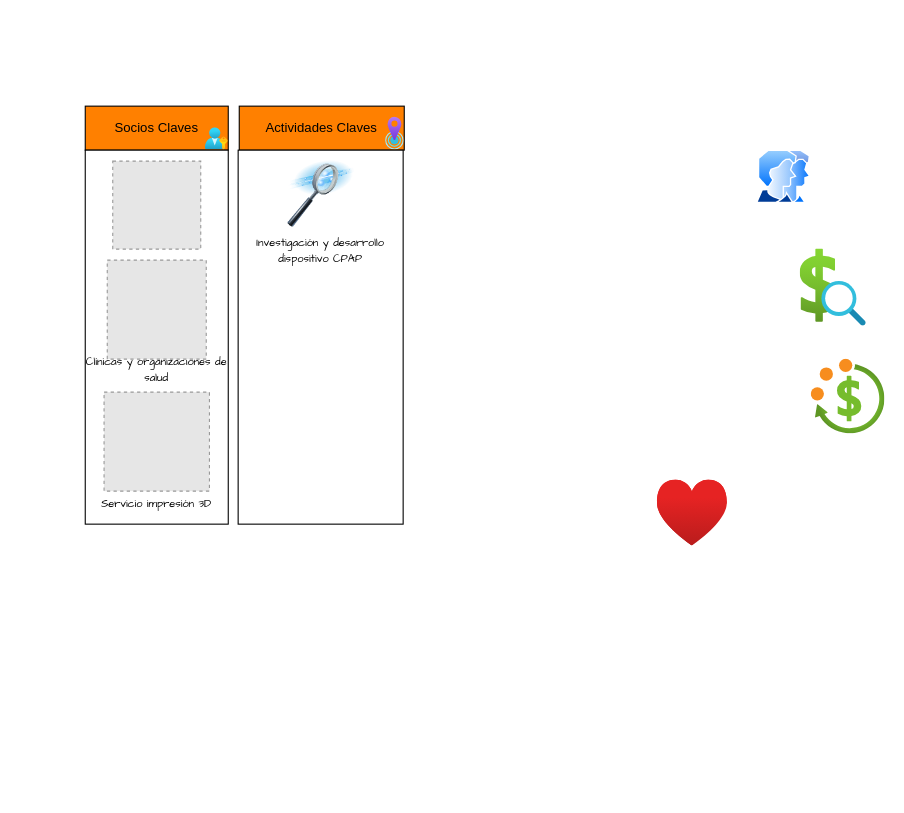
The draw.io diagram Diagrama sin título.drawio in Proximan/Diagrama-Comunicacion-P-M, before the edit. Source tidied: cells renumbered, new cells numbered last; positions are measured from the earlier drawing's top-left corner, leaving out a move shared by most shapes. Both pictures are drawn from the tidied source at 110%, with x=0, y=0 at pixel (85, 106). Pictures stored in the file or linked from it are replaced by grey dashed boxes.
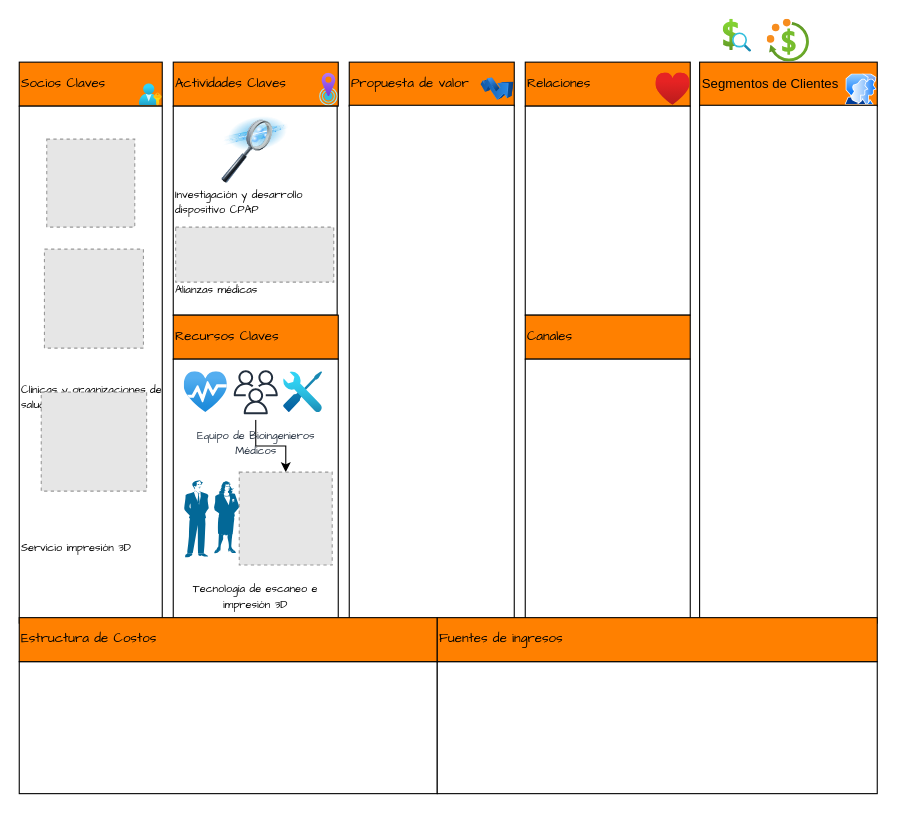
The same diagram, later.

Diff of the diagram source:
```diff
@@
+    <mxCell id="16" value="Propuesta de valor" style="rounded=0;whiteSpace=wrap;html=1;fillColor=#FF8000;strokeColor=#000000;fontFamily=Comic Sans MS;align=left;" parent="1" vertex="1">
+      <mxGeometry x="240" y="-40" width="150" height="40" as="geometry" />
+    </mxCell>
+    <mxCell id="17" value="Segmentos de Clientes" style="rounded=0;whiteSpace=wrap;html=1;fillColor=#FF8000;strokeColor=#000000;align=left;" parent="1" vertex="1">
+      <mxGeometry x="558.5" y="-40" width="161.5" height="40" as="geometry" />
+    </mxCell>
+    <mxCell id="18" value="Relaciones" style="rounded=0;whiteSpace=wrap;html=1;fillColor=#FF8000;strokeColor=#000000;fontFamily=Comic Sans MS;align=left;" parent="1" vertex="1">
+      <mxGeometry x="400" y="-40" width="150" height="40" as="geometry" />
+    </mxCell>
-    <mxCell id="2" value="Socios Claves" style="rounded=0;whiteSpace=wrap;html=1;fillColor=#FF8000;strokeColor=#000000;" parent="1" vertex="1">
-      <mxGeometry width="130" height="40" as="geometry" />
+    <mxCell id="2" value="Socios Claves" style="rounded=0;whiteSpace=wrap;html=1;fillColor=#FF8000;strokeColor=#000000;fontFamily=Comic Sans MS;align=left;" parent="1" vertex="1">
+      <mxGeometry x="-60" y="-40" width="130" height="40" as="geometry" />
     </mxCell>
-    <mxCell id="3" style="image;html=1;align=center;fontSize=12;image=img/lib/azure2/azure_stack/User_Subscriptions.svg;" parent="1" vertex="1">
-      <mxGeometry x="109.1" y="19.7" width="20.9" height="20.3" as="geometry" />
+    <mxCell id="3" style="image;html=1;align=left;fontSize=12;image=img/lib/azure2/azure_stack/User_Subscriptions.svg;fontFamily=Comic Sans MS;" parent="1" vertex="1">
+      <mxGeometry x="49.1" y="-20.3" width="20.9" height="20.3" as="geometry" />
     </mxCell>
-    <mxCell id="4" value="&lt;br&gt;&lt;font color=&quot;#000000&quot;&gt;&lt;br&gt;&lt;br&gt;&lt;br&gt;&lt;br&gt;&lt;br&gt;&lt;br&gt;&lt;br&gt;&lt;br&gt;&lt;br&gt;&lt;br&gt;&lt;br&gt;&lt;br&gt;&lt;br&gt;&lt;br&gt;&lt;br&gt;&lt;br&gt;&lt;br&gt;&lt;br&gt;&lt;br&gt;&lt;font style=&quot;font-size: 10px;&quot; face=&quot;Comic Sans MS&quot;&gt;Clínicas y organizaciones de salud&lt;br&gt;&lt;/font&gt;&lt;br&gt;&lt;br&gt;&lt;br&gt;&lt;br&gt;&lt;br&gt;&lt;br&gt;&lt;br&gt;&lt;font style=&quot;font-size: 10px;&quot; face=&quot;Comic Sans MS&quot;&gt;Servicio impresión 3D&lt;br&gt;&lt;/font&gt;&lt;br&gt;&lt;br&gt;&lt;br&gt;&lt;br&gt;&lt;br&gt;&lt;br&gt;&lt;br&gt;&lt;br&gt;&lt;/font&gt;" style="rounded=0;whiteSpace=wrap;html=1;fillColor=#FFFFFF;strokeColor=#000000;" parent="1" vertex="1">
-      <mxGeometry y="40" width="130" height="340" as="geometry" />
+    <mxCell id="4" value="&lt;br&gt;&lt;font color=&quot;#000000&quot;&gt;&lt;br&gt;&lt;br&gt;&lt;br&gt;&lt;br&gt;&lt;br&gt;&lt;br&gt;&lt;br&gt;&lt;br&gt;&lt;br&gt;&lt;br&gt;&lt;br&gt;&lt;br&gt;&lt;br&gt;&lt;br&gt;&lt;br&gt;&lt;br&gt;&lt;br&gt;&lt;br&gt;&lt;br&gt;&lt;br&gt;&lt;font style=&quot;font-size: 10px;&quot; face=&quot;Comic Sans MS&quot;&gt;Clínicas y organizaciones de salud&lt;br&gt;&lt;br&gt;&lt;/font&gt;&lt;br&gt;&lt;br&gt;&lt;br&gt;&lt;br&gt;&lt;br&gt;&lt;br&gt;&lt;br&gt;&lt;font style=&quot;font-size: 10px;&quot; face=&quot;Comic Sans MS&quot;&gt;Servicio impresión 3D&lt;br&gt;&lt;/font&gt;&lt;br&gt;&lt;br&gt;&lt;br&gt;&lt;br&gt;&lt;br&gt;&lt;br&gt;&lt;br&gt;&lt;br&gt;&lt;/font&gt;" style="rounded=0;whiteSpace=wrap;html=1;fillColor=#FFFFFF;strokeColor=#000000;align=left;" parent="1" vertex="1">
+      <mxGeometry x="-60" width="130" height="470" as="geometry" />
     </mxCell>
-    <mxCell id="5" style="fillColor=#E6E6E6;strokeColor=#999999;dashed=1;verticalLabelPosition=bottom;labelBackgroundColor=default;verticalAlign=top;" parent="1" vertex="1">
-      <mxGeometry x="25" y="50" width="80" height="80" as="geometry" />
+    <mxCell id="5" style="fillColor=#E6E6E6;strokeColor=#999999;dashed=1;verticalLabelPosition=bottom;labelBackgroundColor=default;verticalAlign=top;fontFamily=Comic Sans MS;align=left;" parent="1" vertex="1">
+      <mxGeometry x="-35" y="30" width="80" height="80" as="geometry" />
     </mxCell>
-    <mxCell id="6" style="fillColor=#E6E6E6;strokeColor=#999999;dashed=1;verticalLabelPosition=bottom;labelBackgroundColor=default;verticalAlign=top;" parent="1" vertex="1">
-      <mxGeometry x="20" y="140" width="90" height="90" as="geometry" />
+    <mxCell id="6" style="fillColor=#E6E6E6;strokeColor=#999999;dashed=1;verticalLabelPosition=bottom;labelBackgroundColor=default;verticalAlign=top;fontFamily=Comic Sans MS;align=left;" parent="1" vertex="1">
+      <mxGeometry x="-37.1" y="130" width="90" height="90" as="geometry" />
     </mxCell>
-    <mxCell id="7" style="fillColor=#E6E6E6;strokeColor=#999999;dashed=1;verticalLabelPosition=bottom;labelBackgroundColor=default;verticalAlign=top;" parent="1" vertex="1">
-      <mxGeometry x="17.1" y="260" width="95.8" height="90" as="geometry" />
+    <mxCell id="7" style="fillColor=#E6E6E6;strokeColor=#999999;dashed=1;verticalLabelPosition=bottom;labelBackgroundColor=default;verticalAlign=top;fontFamily=Comic Sans MS;align=left;" parent="1" vertex="1">
+      <mxGeometry x="-40" y="260" width="95.8" height="90" as="geometry" />
     </mxCell>
-    <mxCell id="8" value="Actividades Claves" style="rounded=0;whiteSpace=wrap;html=1;fillColor=#FF8000;strokeColor=#000000;" parent="1" vertex="1">
-      <mxGeometry x="140" width="150" height="40" as="geometry" />
+    <mxCell id="8" value="Actividades Claves" style="rounded=0;whiteSpace=wrap;html=1;fillColor=#FF8000;strokeColor=#000000;fontFamily=Comic Sans MS;align=left;" parent="1" vertex="1">
+      <mxGeometry x="80" y="-40" width="150" height="40" as="geometry" />
     </mxCell>
-    <mxCell id="9" style="image;perimeter=ellipsePerimeter;html=1;align=center;shadow=0;dashed=0;spacingTop=3;image=img/lib/active_directory/user_accounts.svg;" parent="1" vertex="1">
-      <mxGeometry x="610" y="40" width="50" height="48.5" as="geometry" />
+    <mxCell id="9" style="image;perimeter=ellipsePerimeter;html=1;align=left;shadow=0;dashed=0;spacingTop=3;image=img/lib/active_directory/user_accounts.svg;fontFamily=Comic Sans MS;" parent="1" vertex="1">
+      <mxGeometry x="690.6" y="-29.2" width="29.4" height="28.5" as="geometry" />
     </mxCell>
-    <mxCell id="10" style="image;html=1;align=center;fontSize=12;image=img/lib/azure2/general/Cost_Analysis.svg;" parent="1" vertex="1">
-      <mxGeometry x="650" y="130" width="60" height="70" as="geometry" />
+    <mxCell id="10" style="image;html=1;align=left;fontSize=12;image=img/lib/azure2/general/Cost_Analysis.svg;fontFamily=Comic Sans MS;" parent="1" vertex="1">
+      <mxGeometry x="580" y="-79" width="25.7" height="30" as="geometry" />
     </mxCell>
-    <mxCell id="11" style="image;html=1;align=center;fontSize=12;image=img/lib/azure2/general/Cost_Budgets.svg;" parent="1" vertex="1">
-      <mxGeometry x="660" y="230" width="67" height="68" as="geometry" />
+    <mxCell id="11" style="image;html=1;align=left;fontSize=12;image=img/lib/azure2/general/Cost_Budgets.svg;fontFamily=Comic Sans MS;" parent="1" vertex="1">
+      <mxGeometry x="620" y="-79" width="38.4" height="39" as="geometry" />
     </mxCell>
     <mxCell id="12" style="image;html=1;align=center;fontSize=12;image=img/lib/azure2/general/Heart.svg;" parent="1" vertex="1">
-      <mxGeometry x="520" y="340" width="64" height="60" as="geometry" />
+      <mxGeometry x="518.8" y="-30" width="31.2" height="29.2" as="geometry" />
     </mxCell>
-    <mxCell id="13" style="image;html=1;align=center;fontSize=12;image=img/lib/azure2/general/Location.svg;" parent="1" vertex="1">
-      <mxGeometry x="273.1" y="10" width="16.9" height="30" as="geometry" />
+    <mxCell id="13" style="image;html=1;align=left;fontSize=12;image=img/lib/azure2/general/Location.svg;fontFamily=Comic Sans MS;" parent="1" vertex="1">
+      <mxGeometry x="213.1" y="-30" width="16.9" height="30" as="geometry" />
     </mxCell>
-    <mxCell id="14" value="&lt;font color=&quot;#000000&quot;&gt;&lt;font style=&quot;font-size: 10px;&quot; face=&quot;Comic Sans MS&quot;&gt;Investigación y desarrollo dispositivo CPAP&lt;br&gt;&lt;/font&gt;&lt;br&gt;&lt;br&gt;&lt;br&gt;&lt;br&gt;&lt;br&gt;&lt;br&gt;&lt;br&gt;&lt;br&gt;&lt;br&gt;&lt;br&gt;&lt;br&gt;&lt;/font&gt;" style="rounded=0;whiteSpace=wrap;html=1;fillColor=#FFFFFF;strokeColor=#000000;" parent="1" vertex="1">
-      <mxGeometry x="139" y="40" width="150" height="340" as="geometry" />
+    <mxCell id="14" value="&lt;font color=&quot;#000000&quot;&gt;&lt;font style=&quot;font-size: 10px;&quot;&gt;&lt;br&gt;&lt;br&gt;&lt;br&gt;&lt;br&gt;&lt;br&gt;&lt;br&gt;&lt;br&gt;&lt;br&gt;&lt;br&gt;&lt;br&gt;Investigación y desarrollo dispositivo CPAP&lt;br&gt;&lt;/font&gt;&lt;br&gt;&lt;br&gt;&lt;br&gt;&lt;br&gt;&lt;font style=&quot;font-size: 10px;&quot;&gt;Alianzas médicas&lt;br&gt;&lt;/font&gt;&lt;br&gt;&lt;br&gt;&lt;br&gt;&lt;br&gt;&lt;br&gt;&lt;br&gt;&lt;/font&gt;" style="rounded=0;whiteSpace=wrap;html=1;fillColor=#FFFFFF;strokeColor=#000000;fontFamily=Comic Sans MS;align=left;" parent="1" vertex="1">
+      <mxGeometry x="80" width="149" height="190" as="geometry" />
     </mxCell>
-    <mxCell id="15" style="image;html=1;image=img/lib/clip_art/computers/Data_Filtering_128x128.png;" parent="1" vertex="1">
-      <mxGeometry x="182.5" y="50" width="65" height="60" as="geometry" />
+    <mxCell id="15" style="image;html=1;image=img/lib/clip_art/computers/Data_Filtering_128x128.png;fontFamily=Comic Sans MS;align=left;" parent="1" vertex="1">
+      <mxGeometry x="122.5" y="10" width="65" height="60" as="geometry" />
     </mxCell>
+    <mxCell id="19" style="fillColor=#E6E6E6;strokeColor=#999999;dashed=1;verticalLabelPosition=bottom;labelBackgroundColor=default;verticalAlign=top;fontFamily=Comic Sans MS;align=left;" parent="1" vertex="1">
+      <mxGeometry x="82.2" y="110" width="143.7" height="50" as="geometry" />
+    </mxCell>
+    <mxCell id="20" style="image;html=1;image=img/lib/clip_art/finance/Stock_Up_128x128.png;" parent="1" vertex="1">
+      <mxGeometry x="360" y="-35.4" width="30" height="40" as="geometry" />
+    </mxCell>
+    <mxCell id="21" value="&lt;font color=&quot;#000000&quot;&gt;&lt;br&gt;&lt;/font&gt;" style="rounded=0;whiteSpace=wrap;html=1;fillColor=#FFFFFF;strokeColor=#000000;fontFamily=Comic Sans MS;align=left;" parent="1" vertex="1">
+      <mxGeometry x="240" y="-0.8" width="150" height="470.8" as="geometry" />
+    </mxCell>
+    <mxCell id="22" value="&lt;font color=&quot;#000000&quot;&gt;&lt;br&gt;&lt;/font&gt;" style="rounded=0;whiteSpace=wrap;html=1;fillColor=#FFFFFF;strokeColor=#000000;fontFamily=Comic Sans MS;align=left;" parent="1" vertex="1">
+      <mxGeometry x="400" width="150" height="190" as="geometry" />
+    </mxCell>
+    <mxCell id="23" value="&lt;font color=&quot;#000000&quot;&gt;&lt;br&gt;&lt;/font&gt;" style="rounded=0;whiteSpace=wrap;html=1;fillColor=#FFFFFF;strokeColor=#000000;fontFamily=Comic Sans MS;align=left;" parent="1" vertex="1">
+      <mxGeometry x="558.5" y="-0.8" width="161.5" height="470.8" as="geometry" />
+    </mxCell>
+    <mxCell id="24" value="Recursos Claves" style="rounded=0;whiteSpace=wrap;html=1;fillColor=#FF8000;strokeColor=#000000;fontFamily=Comic Sans MS;align=left;" parent="1" vertex="1">
+      <mxGeometry x="80" y="190" width="150" height="40" as="geometry" />
+    </mxCell>
+    <mxCell id="25" value="Canales" style="rounded=0;whiteSpace=wrap;html=1;fillColor=#FF8000;strokeColor=#000000;fontFamily=Comic Sans MS;align=left;" parent="1" vertex="1">
+      <mxGeometry x="400" y="190" width="150" height="40" as="geometry" />
+    </mxCell>
+    <mxCell id="26" value="&lt;font color=&quot;#000000&quot;&gt;&lt;br&gt;&lt;/font&gt;" style="rounded=0;whiteSpace=wrap;html=1;fillColor=#FFFFFF;strokeColor=#000000;fontFamily=Comic Sans MS;align=left;" parent="1" vertex="1">
+      <mxGeometry x="80" y="230" width="150" height="240" as="geometry" />
+    </mxCell>
+    <mxCell id="27" value="&lt;font color=&quot;#000000&quot;&gt;&lt;br&gt;&lt;/font&gt;" style="rounded=0;whiteSpace=wrap;html=1;fillColor=#FFFFFF;strokeColor=#000000;fontFamily=Comic Sans MS;align=left;" parent="1" vertex="1">
+      <mxGeometry x="400" y="230" width="150" height="240" as="geometry" />
+    </mxCell>
+    <mxCell id="28" value="&lt;font color=&quot;#000000&quot;&gt;&lt;br&gt;&lt;/font&gt;" style="rounded=0;whiteSpace=wrap;html=1;fillColor=#FFFFFF;strokeColor=#000000;fontFamily=Comic Sans MS;align=left;" parent="1" vertex="1">
+      <mxGeometry x="-60" y="505" width="380" height="120" as="geometry" />
+    </mxCell>
+    <mxCell id="29" value="&lt;font color=&quot;#000000&quot;&gt;&lt;br&gt;&lt;/font&gt;" style="rounded=0;whiteSpace=wrap;html=1;fillColor=#FFFFFF;strokeColor=#000000;fontFamily=Comic Sans MS;align=left;" parent="1" vertex="1">
+      <mxGeometry x="320" y="505" width="400" height="120" as="geometry" />
+    </mxCell>
+    <mxCell id="30" style="image;html=1;align=center;fontSize=12;image=img/lib/azure2/general/Service_Health.svg;" parent="1" vertex="1">
+      <mxGeometry x="90" y="241.5" width="39.3" height="37" as="geometry" />
+    </mxCell>
+    <mxCell id="31" style="image;html=1;align=center;fontSize=12;image=img/lib/azure2/general/Troubleshoot.svg;" parent="1" vertex="1">
+      <mxGeometry x="180" y="241.5" width="35.9" height="37" as="geometry" />
+    </mxCell>
+    <mxCell id="32" style="edgeStyle=orthogonalEdgeStyle;rounded=0;jettySize=auto;html=1;" parent="1" edge="1" source="33" target="37">
+      <mxGeometry relative="1" as="geometry" />
+    </mxCell>
+    <mxCell id="33" value="&lt;font style=&quot;font-size: 10px;&quot; face=&quot;Comic Sans MS&quot;&gt;Equipo de Bioingenieros&lt;br&gt;Médicos&lt;/font&gt;" style="sketch=0;outlineConnect=0;fontColor=#232F3E;gradientColor=none;strokeColor=#232F3E;fillColor=#ffffff;dashed=0;verticalLabelPosition=bottom;verticalAlign=top;align=center;html=1;fontSize=12;fontStyle=0;shape=mxgraph.aws4.resourceIcon;resIcon=mxgraph.aws4.users;" parent="1" vertex="1">
+      <mxGeometry x="130" y="235" width="50" height="50" as="geometry" />
+    </mxCell>
+    <mxCell id="34" style="shape=mxgraph.cisco.people.man_woman;sketch=0;html=1;dashed=0;fillColor=#036897;strokeColor=#ffffff;strokeWidth=2;verticalLabelPosition=bottom;verticalAlign=top;align=center;" parent="1" vertex="1">
+      <mxGeometry x="90" y="340" width="50" height="70" as="geometry" />
+    </mxCell>
+    <mxCell id="35" value="Estructura de Costos" style="rounded=0;whiteSpace=wrap;html=1;fillColor=#FF8000;strokeColor=#000000;fontFamily=Comic Sans MS;align=left;" parent="1" vertex="1">
+      <mxGeometry x="-60" y="465" width="380" height="40" as="geometry" />
+    </mxCell>
+    <mxCell id="36" value="Fuentes de ingresos" style="rounded=0;whiteSpace=wrap;html=1;fillColor=#FF8000;strokeColor=#000000;fontFamily=Comic Sans MS;align=left;" parent="1" vertex="1">
+      <mxGeometry x="320" y="465" width="400" height="40" as="geometry" />
+    </mxCell>
+    <mxCell id="37" style="fillColor=#E6E6E6;strokeColor=#999999;dashed=1;verticalLabelPosition=bottom;labelBackgroundColor=default;verticalAlign=top;" parent="1" vertex="1">
+      <mxGeometry x="140" y="332.7" width="84.5" height="84.5" as="geometry" />
+    </mxCell>
+    <mxCell id="38" value="&lt;font face=&quot;Comic Sans MS&quot; style=&quot;font-size: 10px;&quot; color=&quot;#000000&quot;&gt;Tecnología de escaneo e impresión 3D&lt;/font&gt;" style="text;html=1;strokeColor=none;fillColor=none;align=center;verticalAlign=middle;whiteSpace=wrap;rounded=0;" parent="1" vertex="1">
+      <mxGeometry x="90" y="430" width="130" height="30" as="geometry" />
+    </mxCell>
```
